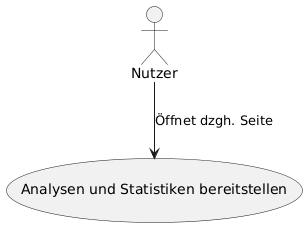
Before: wiki/topics/Inkremente/00/Diagramme/Anforderungsanalyse_016.png, a diagram exported from PlantUML (SoftwareEngineeringOne/wiki). Source of this version:
```plantuml
@startuml
"Analysen und Statistiken bereitstellen" as (Use)
:Nutzer: --> (Use): Öffnet dzgh. Seite
@enduml
```
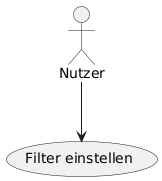
The same diagram one commit later.

What changed in the source:
```diff
@@ -1,4 +1,4 @@
 @startuml
-"Analysen und Statistiken bereitstellen" as (Use)
-:Nutzer: --> (Use): Öffnet dzgh. Seite
+"Filter einstellen" as (Use)
+:Nutzer: --> (Use)
 @enduml
```
